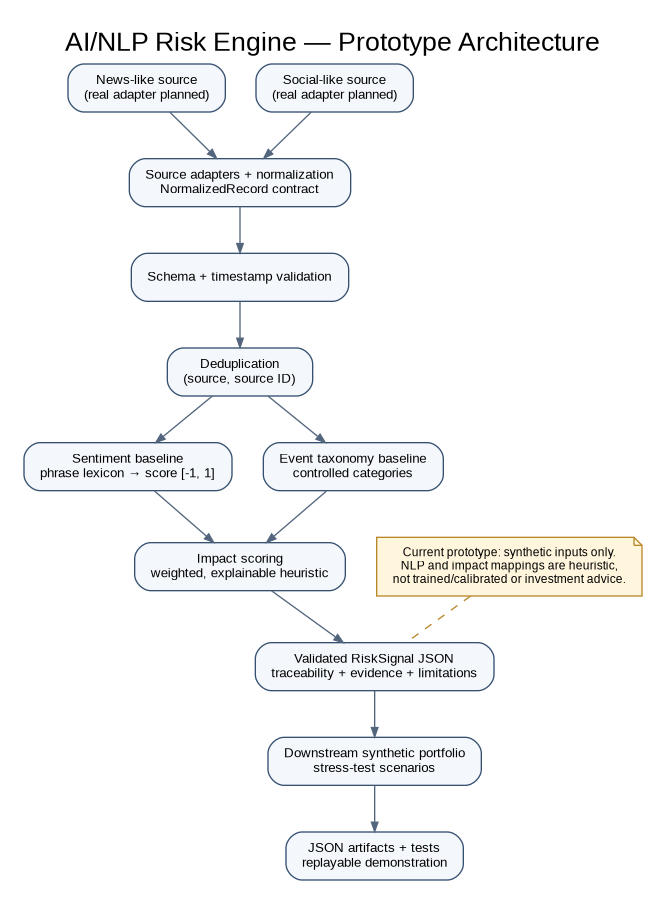
This is docs/architecture.png from Tannu-Deswal/IGDTUW-TannuDeswal-hackathon, a Graphviz export, as it was before one commit. Its source is kept beside it as docs/architecture.dot. Its diagram source:
```dot
digraph RiskEngine {
  graph [rankdir=TB, bgcolor="white", pad="0.25", nodesep="0.32", ranksep="0.48", label="AI/NLP Risk Engine — Prototype Architecture", labelloc=t, fontsize=20, fontname="Arial"];
  node [shape=box, style="rounded,filled", fillcolor="#F4F7FB", color="#355070", fontname="Arial", fontsize=10, margin="0.16,0.10"];
  edge [color="#53657D", arrowsize=0.7, fontname="Arial", fontsize=9];
  news [label="News-like source\n(real adapter planned)"];
  social [label="Social-like source\n(real adapter planned)"];
  norm [label="Source adapters + normalization\nNormalizedRecord contract"];
  validate [label="Schema + timestamp validation"];
  dedupe [label="Deduplication\n(source, source ID)"];
  sent [label="Sentiment baseline\nphrase lexicon → score [-1, 1]"];
  event [label="Event taxonomy baseline\ncontrolled categories"];
  impact [label="Impact scoring\nweighted, explainable heuristic"];
  signal [label="Validated RiskSignal JSON\ntraceability + evidence + limitations"];
  stress [label="Downstream synthetic portfolio\nstress-test scenarios"];
  output [label="JSON artifacts + tests\nreplayable demonstration"];
  news -> norm; social -> norm; norm -> validate -> dedupe;
  dedupe -> sent; dedupe -> event; sent -> impact; event -> impact;
  impact -> signal -> stress -> output;
  note [shape=note, fillcolor="#FFF6DD", color="#B88728", label="Current prototype: synthetic inputs only.\nNLP and impact mappings are heuristic,\nnot trained/calibrated or investment advice.", fontsize=9];
  note -> signal [style=dashed, arrowhead=none, color="#B88728"];
}
```
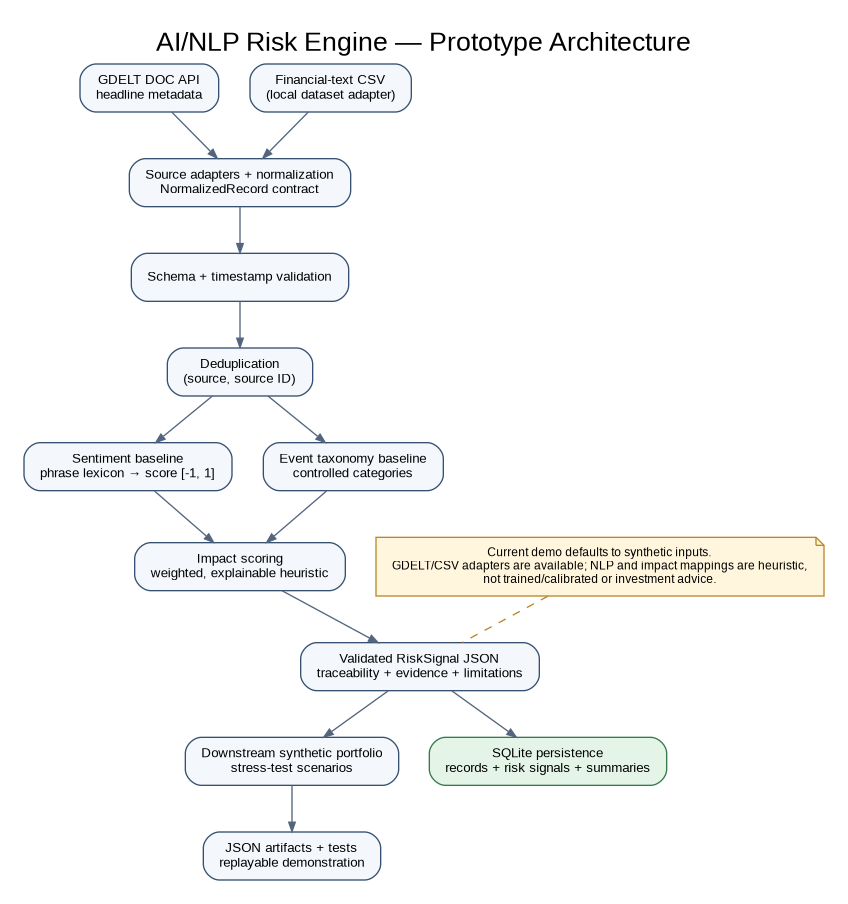
After the commit.

The edit, as a diff of the source:
```diff
@@ -2,8 +2,8 @@
   graph [rankdir=TB, bgcolor="white", pad="0.25", nodesep="0.32", ranksep="0.48", label="AI/NLP Risk Engine — Prototype Architecture", labelloc=t, fontsize=20, fontname="Arial"];
   node [shape=box, style="rounded,filled", fillcolor="#F4F7FB", color="#355070", fontname="Arial", fontsize=10, margin="0.16,0.10"];
   edge [color="#53657D", arrowsize=0.7, fontname="Arial", fontsize=9];
-  news [label="News-like source\n(real adapter planned)"];
-  social [label="Social-like source\n(real adapter planned)"];
+  news [label="GDELT DOC API\nheadline metadata"];
+  social [label="Financial-text CSV\n(local dataset adapter)"];
   norm [label="Source adapters + normalization\nNormalizedRecord contract"];
   validate [label="Schema + timestamp validation"];
   dedupe [label="Deduplication\n(source, source ID)"];
@@ -13,9 +13,11 @@
   signal [label="Validated RiskSignal JSON\ntraceability + evidence + limitations"];
   stress [label="Downstream synthetic portfolio\nstress-test scenarios"];
   output [label="JSON artifacts + tests\nreplayable demonstration"];
+  db [label="SQLite persistence\nrecords + risk signals + summaries", fillcolor="#E4F5E8", color="#347A4A"];
   news -> norm; social -> norm; norm -> validate -> dedupe;
   dedupe -> sent; dedupe -> event; sent -> impact; event -> impact;
   impact -> signal -> stress -> output;
-  note [shape=note, fillcolor="#FFF6DD", color="#B88728", label="Current prototype: synthetic inputs only.\nNLP and impact mappings are heuristic,\nnot trained/calibrated or investment advice.", fontsize=9];
+  signal -> db;
+  note [shape=note, fillcolor="#FFF6DD", color="#B88728", label="Current demo defaults to synthetic inputs.\nGDELT/CSV adapters are available; NLP and impact mappings are heuristic,\nnot trained/calibrated or investment advice.", fontsize=9];
   note -> signal [style=dashed, arrowhead=none, color="#B88728"];
 }
```
